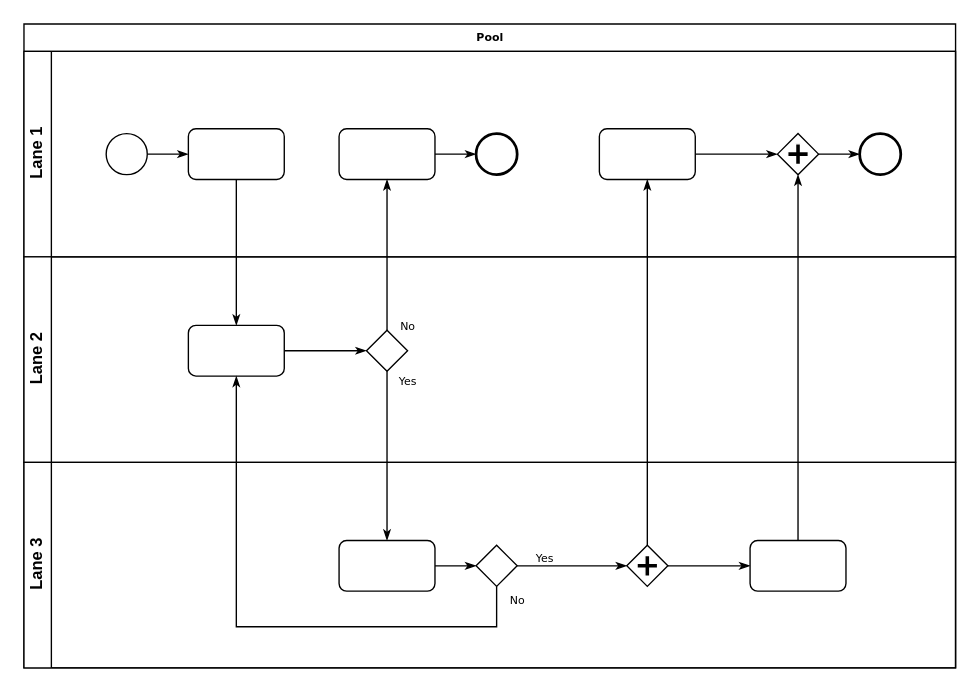
Earlier version of the draw.io diagram page "Page-1" (1 of 3) of MTK.drawio (samhp-cloud/star). Source tidied: cells renumbered, new cells numbered last; positions are measured from the earlier drawing's top-left corner, leaving out a move shared by most shapes. Both pictures are drawn from the tidied source at 137%, with x=0, y=0 at pixel (23, 23).
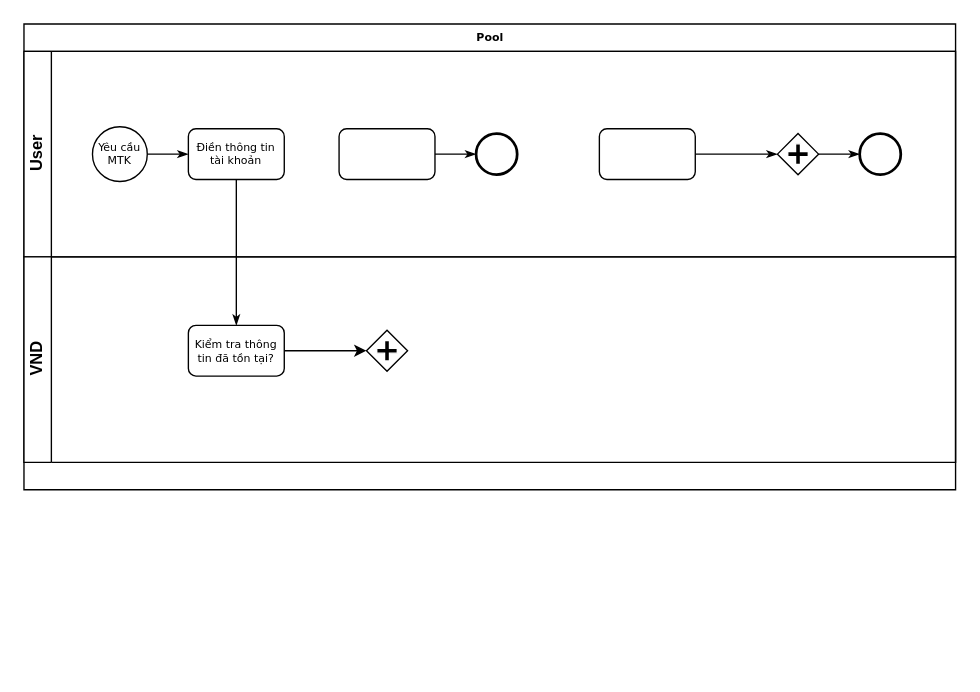
The same diagram, later.

The change refers to these unchanged cells:
```xml
<mxCell id="8" style="rounded=1;whiteSpace=wrap;html=1;shadow=0;labelBackgroundColor=none;strokeWidth=1;fontFamily=Verdana;fontSize=8;align=center;" parent="3" vertex="1">
  <mxGeometry x="230" y="56.5" width="70" height="37" as="geometry" />
</mxCell>
<mxCell id="11" style="rounded=1;whiteSpace=wrap;html=1;shadow=0;labelBackgroundColor=none;strokeWidth=1;fontFamily=Verdana;fontSize=8;align=center;" parent="3" vertex="1">
  <mxGeometry x="420" y="56.5" width="70" height="37" as="geometry" />
</mxCell>
<mxCell id="13" style="shape=mxgraph.bpmn.shape;html=1;verticalLabelPosition=bottom;labelBackgroundColor=#ffffff;verticalAlign=top;perimeter=rhombusPerimeter;background=gateway;outline=none;symbol=parallelGw;rounded=1;shadow=0;strokeWidth=1;fontFamily=Verdana;fontSize=8;align=center;" parent="3" vertex="1">
  <mxGeometry x="550" y="60" width="30" height="30" as="geometry" />
</mxCell>
```

The edit, as a diff of the source:
```diff
@@
     <mxCell id="2" value="Pool" style="swimlane;html=1;horizontal=1;startSize=20;rounded=0;shadow=0;labelBackgroundColor=none;strokeWidth=1;fontFamily=Verdana;fontSize=8;align=center;" parent="1" vertex="1">
-      <mxGeometry width="680" height="470" as="geometry" />
+      <mxGeometry width="680" height="340" as="geometry" />
     </mxCell>
-    <mxCell id="3" value="Lane 1" style="swimlane;html=1;startSize=20;horizontal=0;" parent="2" vertex="1">
+    <mxCell id="3" value="User" style="swimlane;html=1;startSize=20;horizontal=0;" parent="2" vertex="1">
       <mxGeometry y="20" width="680" height="150" as="geometry" />
     </mxCell>
@@
-    <mxCell id="5" style="ellipse;whiteSpace=wrap;html=1;rounded=0;shadow=0;labelBackgroundColor=none;strokeWidth=1;fontFamily=Verdana;fontSize=8;align=center;" parent="3" vertex="1">
-      <mxGeometry x="60" y="60" width="30" height="30" as="geometry" />
+    <mxCell id="5" value="Yêu cầu MTK" style="ellipse;whiteSpace=wrap;html=1;rounded=0;shadow=0;labelBackgroundColor=none;strokeWidth=1;fontFamily=Verdana;fontSize=8;align=center;" parent="3" vertex="1">
+      <mxGeometry x="50" y="55" width="40" height="40" as="geometry" />
     </mxCell>
-    <mxCell id="6" style="rounded=1;whiteSpace=wrap;html=1;shadow=0;labelBackgroundColor=none;strokeWidth=1;fontFamily=Verdana;fontSize=8;align=center;" parent="3" vertex="1">
+    <mxCell id="6" value="Điền thông tin tài khoản" style="rounded=1;whiteSpace=wrap;html=1;shadow=0;labelBackgroundColor=none;strokeWidth=1;fontFamily=Verdana;fontSize=8;align=center;" parent="3" vertex="1">
       <mxGeometry x="120" y="56.5" width="70" height="37" as="geometry" />
     </mxCell>
@@
-    <mxCell id="15" value="Lane 2" style="swimlane;html=1;startSize=20;horizontal=0;" parent="2" vertex="1">
+    <mxCell id="15" value="VND" style="swimlane;html=1;startSize=20;horizontal=0;" parent="2" vertex="1">
       <mxGeometry y="170" width="680" height="150" as="geometry" />
     </mxCell>
-    <mxCell id="16" style="edgeStyle=orthogonalEdgeStyle;rounded=0;html=1;labelBackgroundColor=none;startArrow=none;startFill=0;startSize=5;endArrow=classicThin;endFill=1;endSize=5;jettySize=auto;strokeWidth=1;fontFamily=Verdana;fontSize=8;" parent="15" edge="1" source="17" target="18">
-      <mxGeometry relative="1" as="geometry" />
-    </mxCell>
+    <mxCell id="33" style="edgeStyle=orthogonalEdgeStyle;rounded=0;jettySize=auto;html=1;exitX=1;exitY=0.5;exitDx=0;exitDy=0;entryX=0;entryY=0.5;entryDx=0;entryDy=0;" parent="15" edge="1" source="17" target="34">
+      <mxGeometry relative="1" as="geometry" />
+    </mxCell>
-    <mxCell id="17" style="rounded=1;whiteSpace=wrap;html=1;shadow=0;labelBackgroundColor=none;strokeWidth=1;fontFamily=Verdana;fontSize=8;align=center;" parent="15" vertex="1">
+    <mxCell id="17" value="Kiểm tra thông tin đã tồn tại?" style="rounded=1;whiteSpace=wrap;html=1;shadow=0;labelBackgroundColor=none;strokeWidth=1;fontFamily=Verdana;fontSize=8;align=center;" parent="15" vertex="1">
       <mxGeometry x="120" y="50" width="70" height="37" as="geometry" />
     </mxCell>
-    <mxCell id="18" style="strokeWidth=1;html=1;shape=mxgraph.flowchart.decision;whiteSpace=wrap;rounded=1;shadow=0;labelBackgroundColor=none;fontFamily=Verdana;fontSize=8;align=center;" parent="15" vertex="1">
-      <mxGeometry x="250" y="53.5" width="30" height="30" as="geometry" />
-    </mxCell>
-    <mxCell id="19" value="Lane 3" style="swimlane;html=1;startSize=20;horizontal=0;" parent="2" vertex="1">
-      <mxGeometry y="320" width="680" height="150" as="geometry" />
-    </mxCell>
-    <mxCell id="20" style="edgeStyle=orthogonalEdgeStyle;rounded=0;html=1;labelBackgroundColor=none;startArrow=none;startFill=0;startSize=5;endArrow=classicThin;endFill=1;endSize=5;jettySize=auto;strokeWidth=1;fontFamily=Verdana;fontSize=8;" parent="19" edge="1" source="21" target="23">
-      <mxGeometry relative="1" as="geometry" />
-    </mxCell>
-    <mxCell id="21" style="rounded=1;whiteSpace=wrap;html=1;shadow=0;labelBackgroundColor=none;strokeWidth=1;fontFamily=Verdana;fontSize=8;align=center;" parent="19" vertex="1">
-      <mxGeometry x="230" y="57" width="70" height="37" as="geometry" />
-    </mxCell>
-    <mxCell id="22" value="Yes" style="edgeStyle=orthogonalEdgeStyle;rounded=0;html=1;entryX=0;entryY=0.5;labelBackgroundColor=none;startArrow=none;startFill=0;startSize=5;endArrow=classicThin;endFill=1;endSize=5;jettySize=auto;strokeWidth=1;fontFamily=Verdana;fontSize=8;" parent="19" edge="1" source="23" target="25">
-      <mxGeometry x="-0.5" y="6" relative="1" as="geometry" />
-    </mxCell>
-    <mxCell id="23" style="strokeWidth=1;html=1;shape=mxgraph.flowchart.decision;whiteSpace=wrap;rounded=1;shadow=0;labelBackgroundColor=none;fontFamily=Verdana;fontSize=8;align=center;" parent="19" vertex="1">
-      <mxGeometry x="330" y="60.5" width="30" height="30" as="geometry" />
-    </mxCell>
-    <mxCell id="24" style="edgeStyle=orthogonalEdgeStyle;rounded=0;html=1;labelBackgroundColor=none;startArrow=none;startFill=0;startSize=5;endArrow=classicThin;endFill=1;endSize=5;jettySize=auto;strokeColor=#000000;strokeWidth=1;fontFamily=Verdana;fontSize=8;fontColor=#000000;" parent="19" edge="1" source="25" target="26">
-      <mxGeometry relative="1" as="geometry" />
-    </mxCell>
-    <mxCell id="25" style="shape=mxgraph.bpmn.shape;html=1;verticalLabelPosition=bottom;labelBackgroundColor=#ffffff;verticalAlign=top;perimeter=rhombusPerimeter;background=gateway;outline=none;symbol=parallelGw;rounded=1;shadow=0;strokeWidth=1;fontFamily=Verdana;fontSize=8;align=center;" parent="19" vertex="1">
-      <mxGeometry x="440" y="60.5" width="30" height="30" as="geometry" />
-    </mxCell>
-    <mxCell id="26" style="rounded=1;whiteSpace=wrap;html=1;shadow=0;labelBackgroundColor=none;strokeWidth=1;fontFamily=Verdana;fontSize=8;align=center;" parent="19" vertex="1">
-      <mxGeometry x="530" y="57" width="70" height="37" as="geometry" />
-    </mxCell>
+    <mxCell id="34" style="shape=mxgraph.bpmn.shape;html=1;verticalLabelPosition=bottom;labelBackgroundColor=#ffffff;verticalAlign=top;perimeter=rhombusPerimeter;background=gateway;outline=none;symbol=parallelGw;rounded=1;shadow=0;strokeWidth=1;fontFamily=Verdana;fontSize=8;align=center;" parent="15" vertex="1">
+      <mxGeometry x="250" y="53.5" width="30" height="30" as="geometry" />
+    </mxCell>
@@
-    <mxCell id="28" value="No" style="edgeStyle=orthogonalEdgeStyle;rounded=0;html=1;labelBackgroundColor=none;startArrow=none;startFill=0;startSize=5;endArrow=classicThin;endFill=1;endSize=5;jettySize=auto;strokeWidth=1;fontFamily=Verdana;fontSize=8;" parent="2" edge="1" source="18" target="8">
-      <mxGeometry x="-0.94" y="-15" relative="1" as="geometry" />
-    </mxCell>
-    <mxCell id="29" value="Yes" style="edgeStyle=orthogonalEdgeStyle;rounded=0;html=1;labelBackgroundColor=none;startArrow=none;startFill=0;startSize=5;endArrow=classicThin;endFill=1;endSize=5;jettySize=auto;strokeWidth=1;fontFamily=Verdana;fontSize=8;" parent="2" edge="1" source="18" target="21">
-      <mxGeometry x="-0.89" y="15" relative="1" as="geometry" />
-    </mxCell>
-    <mxCell id="30" style="edgeStyle=orthogonalEdgeStyle;rounded=0;html=1;entryX=0.5;entryY=1;labelBackgroundColor=none;startArrow=none;startFill=0;startSize=5;endArrow=classicThin;endFill=1;endSize=5;jettySize=auto;strokeWidth=1;fontFamily=Verdana;fontSize=8;" parent="2" edge="1" source="26" target="13">
-      <mxGeometry relative="1" as="geometry" />
-    </mxCell>
-    <mxCell id="31" value="No" style="edgeStyle=orthogonalEdgeStyle;rounded=0;html=1;labelBackgroundColor=none;startArrow=none;startFill=0;startSize=5;endArrow=classicThin;endFill=1;endSize=5;jettySize=auto;strokeWidth=1;fontFamily=Verdana;fontSize=8;" parent="2" edge="1" source="23" target="17">
-      <mxGeometry x="-0.95" y="15" relative="1" as="geometry">
-        <Array as="points">
-          <mxPoint x="345" y="440" />
-          <mxPoint x="155" y="440" />
-        </Array>
-      </mxGeometry>
-    </mxCell>
-    <mxCell id="32" style="edgeStyle=orthogonalEdgeStyle;rounded=0;html=1;labelBackgroundColor=none;startArrow=none;startFill=0;startSize=5;endArrow=classicThin;endFill=1;endSize=5;jettySize=auto;strokeWidth=1;fontFamily=Verdana;fontSize=8;" parent="2" edge="1" source="25" target="11">
-      <mxGeometry relative="1" as="geometry" />
-    </mxCell>
```
